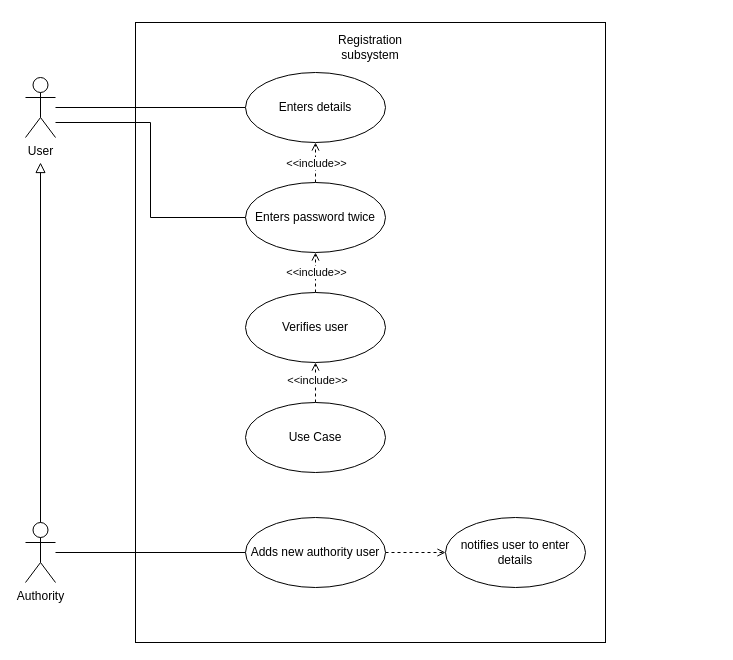
Earlier version of the draw.io diagram Registration.drawio (Kari19/D1). Source tidied: cells renumbered, new cells numbered last; positions are measured from the earlier drawing's top-left corner, leaving out a move shared by most shapes. Both pictures are drawn from the tidied source at 100%, with x=0, y=0 at pixel (25, 22).
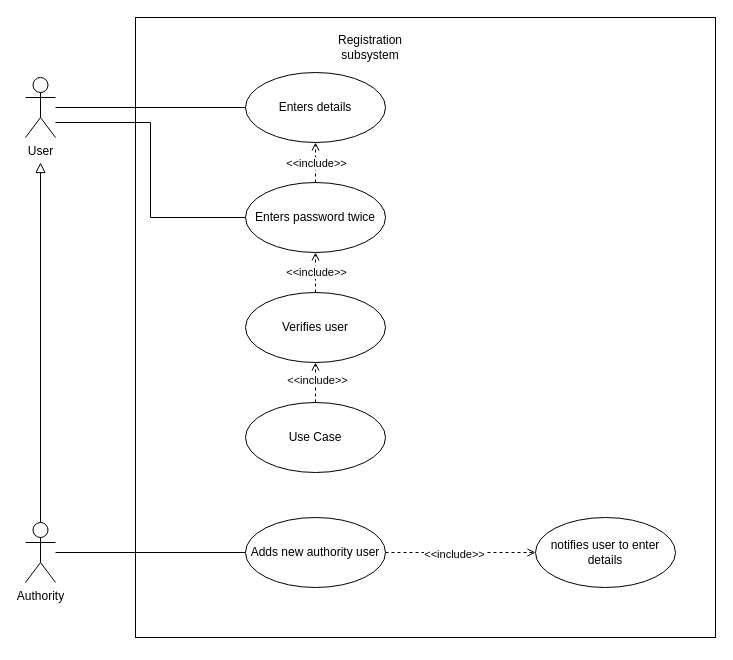
The same diagram, later.

Unchanged cells that the change refers to:
```xml
<mxCell id="17" style="edgeStyle=orthogonalEdgeStyle;rounded=0;jettySize=auto;html=1;endArrow=open;endFill=0;dashed=1;" parent="1" edge="1" source="18" target="19">
  <mxGeometry relative="1" as="geometry" />
</mxCell>
```

Change to the diagram source:
```diff
@@
     <mxCell id="2" style="rounded=0;whiteSpace=wrap;html=1;" parent="1" vertex="1">
-      <mxGeometry x="110" width="470" height="620" as="geometry" />
+      <mxGeometry x="110" y="-5" width="580" height="620" as="geometry" />
     </mxCell>
@@
+    <mxCell id="23" value="&amp;lt;&amp;lt;include&amp;gt;&amp;gt;" style="edgeLabel;html=1;align=center;verticalAlign=middle;" parent="17" vertex="1">
+      <mxGeometry x="-0.09" y="-1" relative="1" as="geometry" />
+    </mxCell>
@@
     <mxCell id="19" value="notifies user to enter details" style="ellipse;whiteSpace=wrap;html=1;" parent="1" vertex="1">
-      <mxGeometry x="420" y="495" width="140" height="70" as="geometry" />
+      <mxGeometry x="510" y="495" width="140" height="70" as="geometry" />
     </mxCell>
```
